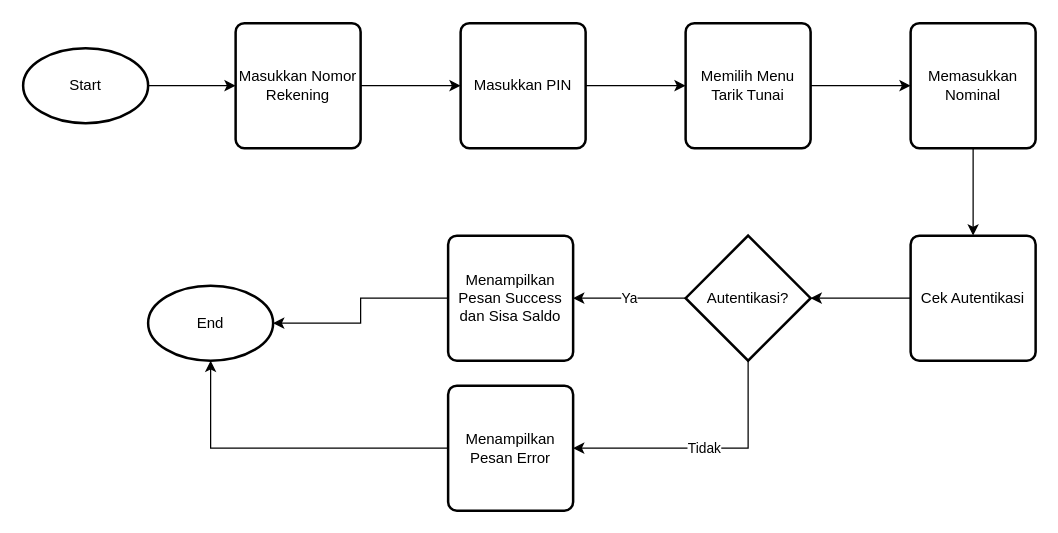
ariansyahn/ATM-Project keeps this draw.io diagram as Docs/TarikTunai.drawio. Above is the earlier version. Source tidied: cells renumbered, new cells numbered last; positions are measured from the earlier drawing's top-left corner, leaving out a move shared by most shapes. Both pictures are drawn from the tidied source at 125%, with x=0, y=0 at pixel (22, 22).
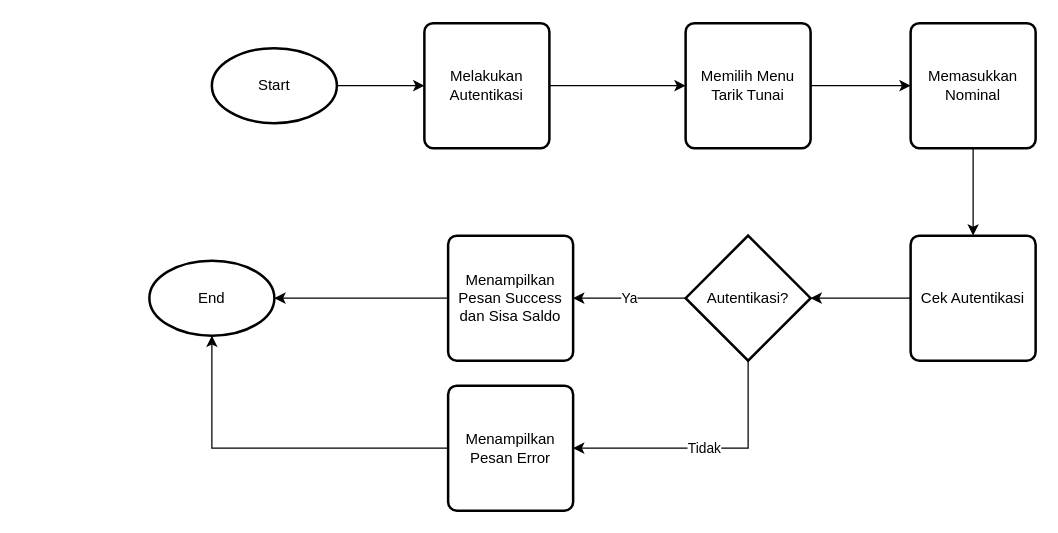
After the change.

The change refers to these unchanged cells:
```xml
<mxCell id="10" value="Memilih Menu Tarik Tunai" style="rounded=1;whiteSpace=wrap;html=1;absoluteArcSize=1;arcSize=14;strokeWidth=2;" parent="1" vertex="1">
  <mxGeometry x="530" width="100" height="100" as="geometry" />
</mxCell>
```

The edit, as a diff of the source:
```diff
@@
     <mxCell id="3" value="Start" style="strokeWidth=2;html=1;shape=mxgraph.flowchart.start_1;whiteSpace=wrap;" parent="1" vertex="1">
-      <mxGeometry y="20" width="100" height="60" as="geometry" />
+      <mxGeometry x="151" y="20" width="100" height="60" as="geometry" />
     </mxCell>
     <mxCell id="4" value="End" style="strokeWidth=2;html=1;shape=mxgraph.flowchart.start_1;whiteSpace=wrap;" parent="1" vertex="1">
-      <mxGeometry x="100" y="210" width="100" height="60" as="geometry" />
+      <mxGeometry x="101" y="190" width="100" height="60" as="geometry" />
     </mxCell>
-    <mxCell id="5" style="edgeStyle=orthogonalEdgeStyle;rounded=0;jettySize=auto;html=1;" parent="1" edge="1" source="6" target="8">
-      <mxGeometry relative="1" as="geometry" />
-    </mxCell>
+    <mxCell id="22" style="edgeStyle=orthogonalEdgeStyle;rounded=0;jettySize=auto;html=1;" parent="1" edge="1" source="6" target="10">
+      <mxGeometry relative="1" as="geometry" />
+    </mxCell>
-    <mxCell id="6" value="Masukkan Nomor Rekening" style="rounded=1;whiteSpace=wrap;html=1;absoluteArcSize=1;arcSize=14;strokeWidth=2;" parent="1" vertex="1">
-      <mxGeometry x="170" width="100" height="100" as="geometry" />
+    <mxCell id="6" value="Melakukan Autentikasi" style="rounded=1;whiteSpace=wrap;html=1;absoluteArcSize=1;arcSize=14;strokeWidth=2;" parent="1" vertex="1">
+      <mxGeometry x="321" width="100" height="100" as="geometry" />
     </mxCell>
-    <mxCell id="7" style="edgeStyle=orthogonalEdgeStyle;rounded=0;jettySize=auto;html=1;" parent="1" edge="1" source="8" target="10">
-      <mxGeometry relative="1" as="geometry" />
-    </mxCell>
-    <mxCell id="8" value="Masukkan PIN" style="rounded=1;whiteSpace=wrap;html=1;absoluteArcSize=1;arcSize=14;strokeWidth=2;" parent="1" vertex="1">
-      <mxGeometry x="350" width="100" height="100" as="geometry" />
-    </mxCell>
```
